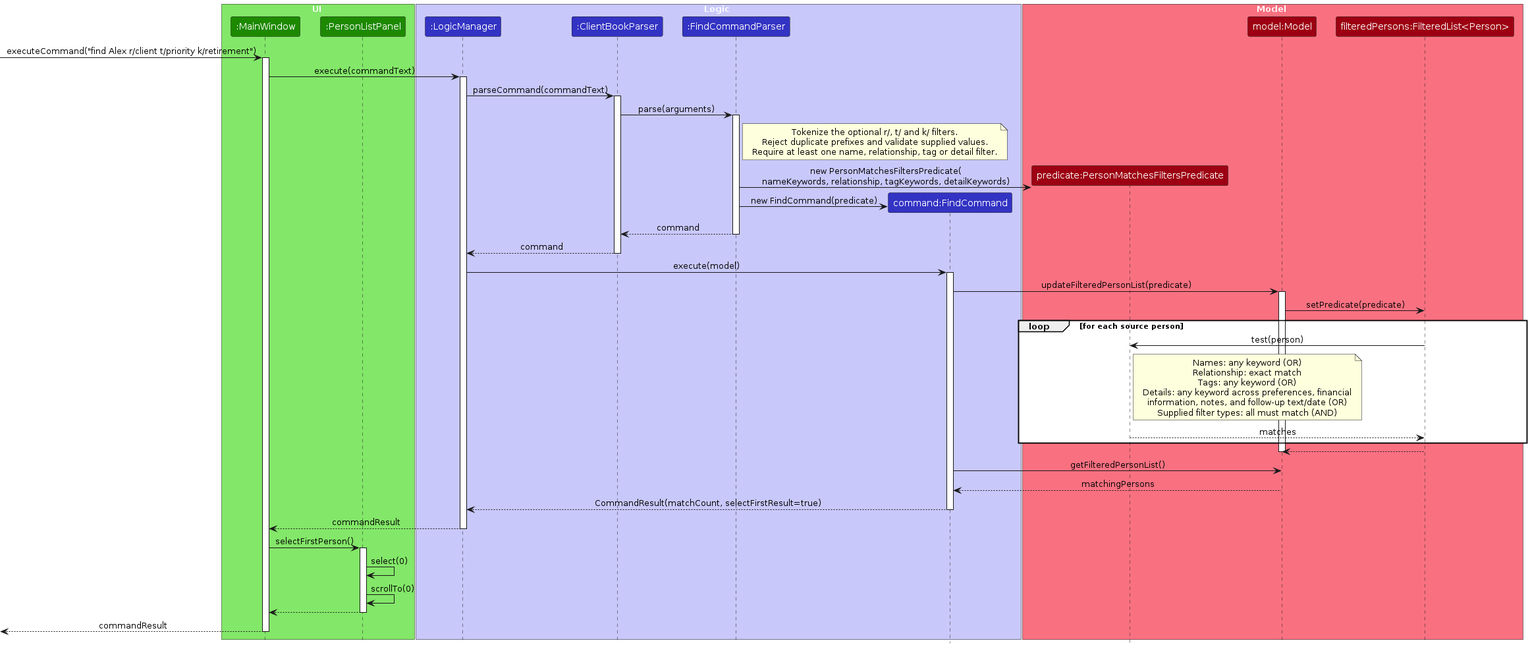
AY2627S1-CS2103T-F14a-4/tp keeps this PlantUML diagram as diagrams/FindSequenceDiagram.png. Above is the earlier version. Its source is kept beside it as diagrams/FindSequenceDiagram.puml.
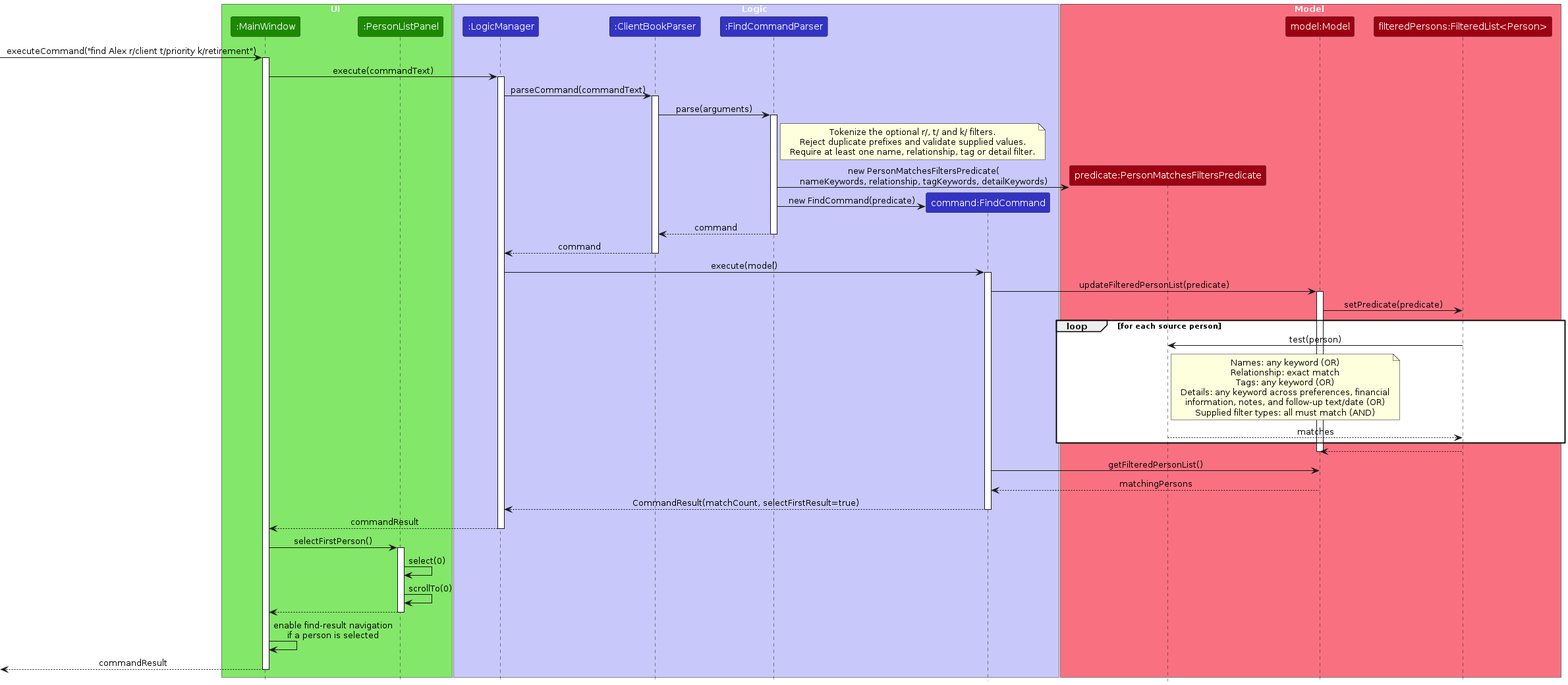
Later version of the same file.

What changed in the source:
```diff
@@ -72,6 +72,7 @@
 PersonListPanel -> PersonListPanel : scrollTo(0)
 PersonListPanel --> MainWindow
 deactivate PersonListPanel
+MainWindow -> MainWindow : enable find-result navigation\nif a person is selected
 [<-- MainWindow : commandResult
 deactivate MainWindow
 @enduml
```
